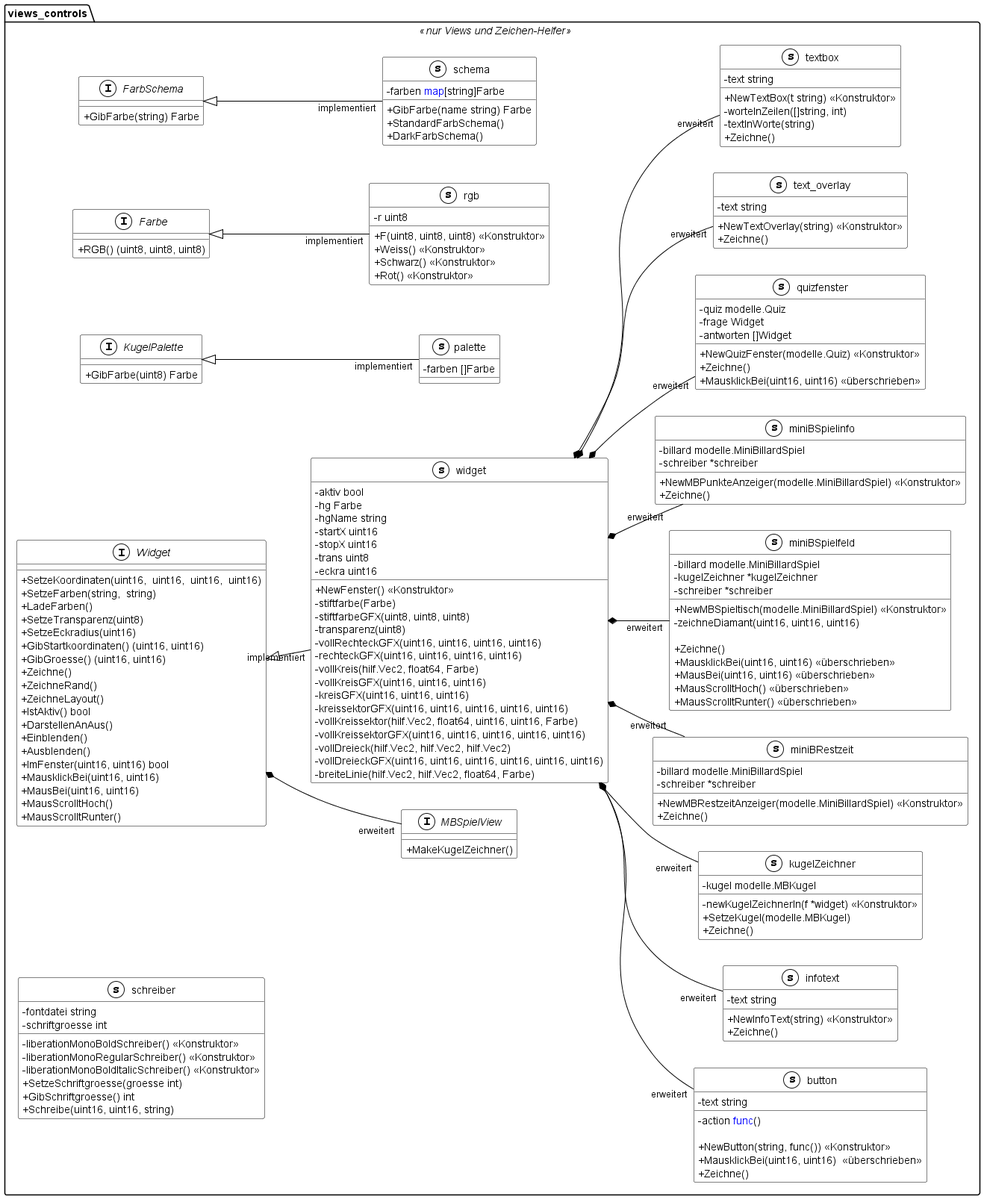
Above: documentation/UML/views.png in Fussbroich/lwb-SWP (PlantUML), before the change.
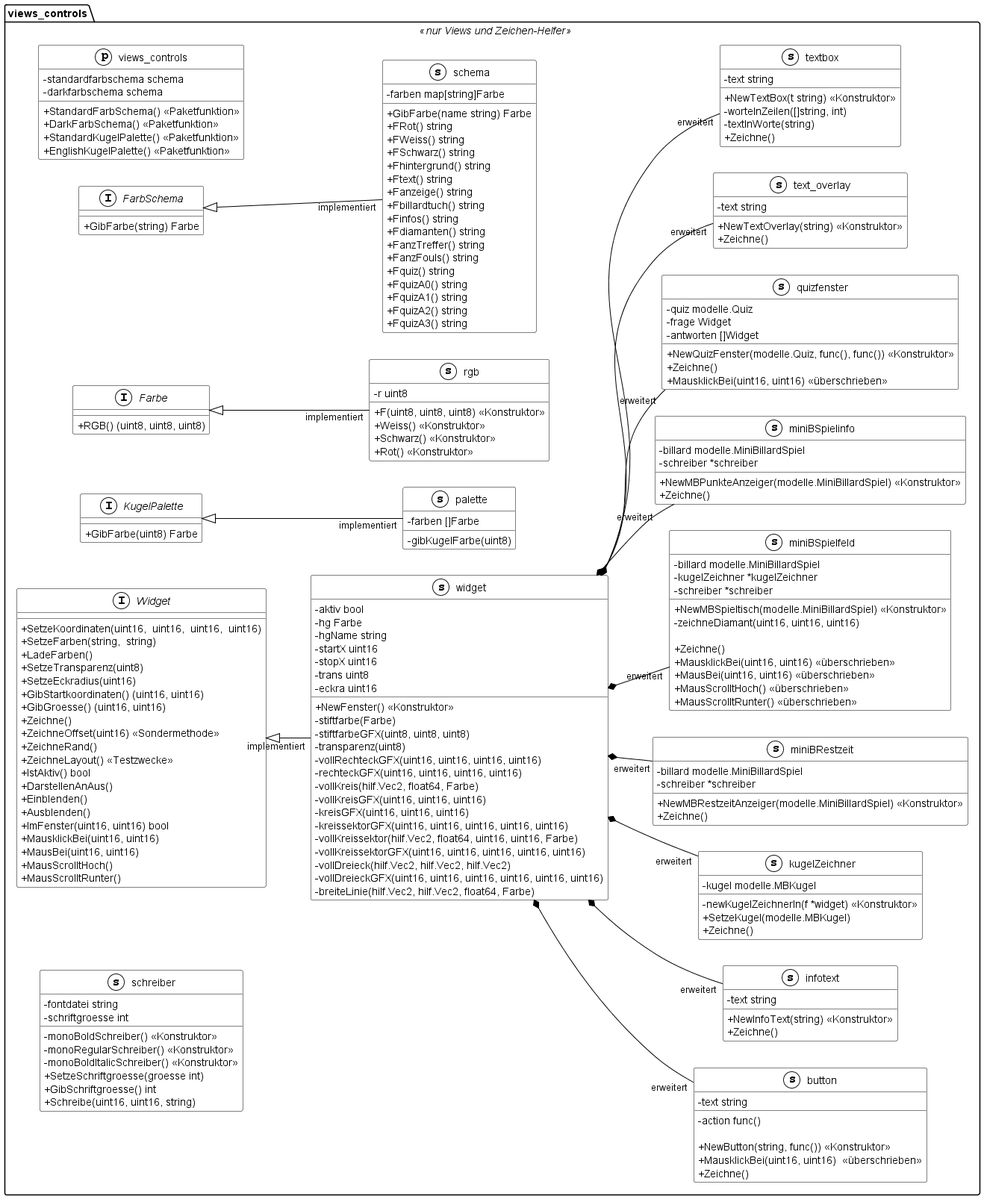
The same file after the commit.

Diff of the diagram source:
```diff
@@ -7,6 +7,14 @@
 }
 left to right direction
 namespace views_controls << nur Views und Zeichen-Helfer >> {
+    class views_controls << (p,White) >>{
+        - standardfarbschema schema
+        - darkfarbschema schema
+        + StandardFarbSchema() << Paketfunktion >>
+        + DarkFarbSchema() << Paketfunktion >>
+        + StandardKugelPalette() << Paketfunktion >>
+        + EnglishKugelPalette() << Paketfunktion >>
+    }
     interface FarbSchema << (I,White) >> {
         + GibFarbe(string) Farbe
     }
@@ -15,9 +23,6 @@
     }
     interface KugelPalette << (I,White) >> {
         + GibFarbe(uint8) Farbe
-    }
-    interface MBSpielView << (I,White) >> {
-        + MakeKugelZeichner()
     }
     interface Widget << (I,White) >> {
         + SetzeKoordinaten(uint16,  uint16,  uint16,  uint16)
@@ -28,8 +33,9 @@
         + GibStartkoordinaten() (uint16, uint16)
         + GibGroesse() (uint16, uint16)
         + Zeichne()
+        + ZeichneOffset(uint16) << Sondermethode >>
         + ZeichneRand()
-        + ZeichneLayout()
+        + ZeichneLayout() << Testzwecke >>
         + IstAktiv() bool
         + DarstellenAnAus()
         + Einblenden()
@@ -42,7 +48,7 @@
     }
     class button << (s,White) >> {
         - text string
-        - action <font color=blue>func</font>()
+        - action func()
 
         + NewButton(string, func()) << Konstruktor >>
         + MausklickBei(uint16, uint16)  << überschrieben >>
@@ -91,13 +97,14 @@
     }
     class palette << (s,White) >> {
         - farben []Farbe
+        - gibKugelFarbe(uint8)
     }
     class quizfenster << (s,White) >> {
         - quiz modelle.Quiz
         - frage Widget
         - antworten []Widget
 
-        + NewQuizFenster(modelle.Quiz) << Konstruktor >>
+        + NewQuizFenster(modelle.Quiz, func(), func()) << Konstruktor >>
         + Zeichne()
         + MausklickBei(uint16, uint16) << überschrieben >>
     }
@@ -110,19 +117,34 @@
         + Rot() << Konstruktor >>
     }
     class schema << (s,White) >> {
-        - farben <font color=blue>map</font>[string]Farbe
+        - farben map[string]Farbe
 
         + GibFarbe(name string) Farbe
-        + StandardFarbSchema()
-        + DarkFarbSchema()
+        + FRot() string
+        + FWeiss() string
+        + FSchwarz() string
+        + Fhintergrund() string
+        + Ftext() string
+        + Fanzeige() string
+        + Fbillardtuch() string
+        + Finfos() string
+        + Fdiamanten() string
+        + FanzTreffer() string
+        + FanzFouls() string
+        + Fquiz() string
+        + FquizA0() string
+        + FquizA1() string
+        + FquizA2() string
+        + FquizA3() string
+
     }
     class schreiber << (s,White) >> {
         - fontdatei string
         - schriftgroesse int
 
-        - liberationMonoBoldSchreiber() << Konstruktor >>
-        - liberationMonoRegularSchreiber() << Konstruktor >>
-        - liberationMonoBoldItalicSchreiber() << Konstruktor >>
+        - monoBoldSchreiber() << Konstruktor >>
+        - monoRegularSchreiber() << Konstruktor >>
+        - monoBoldItalicSchreiber() << Konstruktor >>
         + SetzeSchriftgroesse(groesse int)
         + GibSchriftgroesse() int
         + Schreibe(uint16, uint16, string)
@@ -167,7 +189,6 @@
         - breiteLinie(hilf.Vec2, hilf.Vec2, float64, Farbe)
     }
 }
-"views_controls.Widget" *-- "erweitert""views_controls.MBSpielView"
 "views_controls.widget" *-- "erweitert""views_controls.button"
 "views_controls.widget" *-- "erweitert""views_controls.infotext"
 "views_controls.widget" *-- "erweitert""views_controls.kugelZeichner"
```
